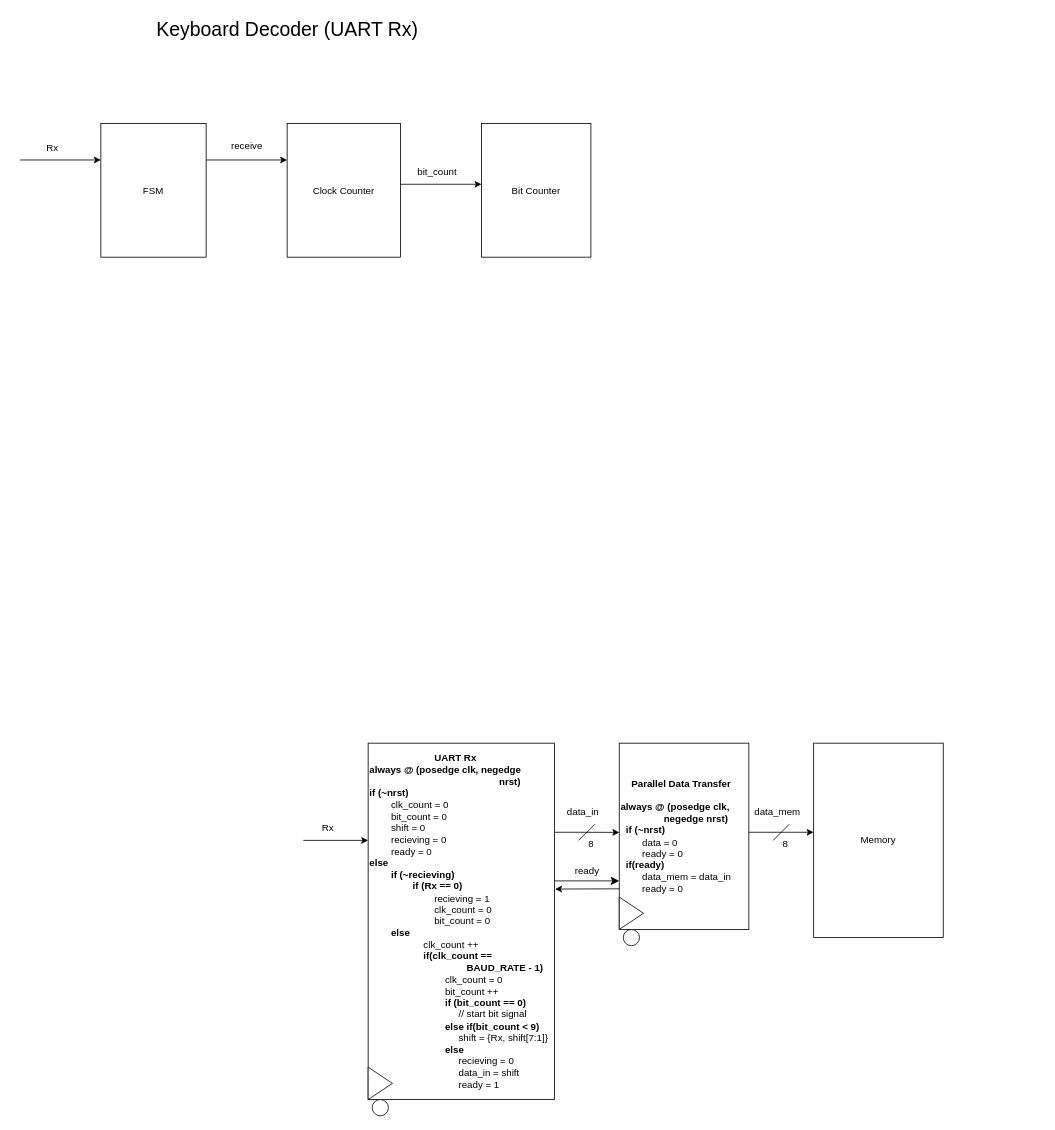
limichael246/STARS_2024 keeps this draw.io diagram as Keyboard_Decoder.drawio. Above is the earlier version. Source tidied: cells renumbered, new cells numbered last; positions are measured from the earlier drawing's top-left corner, leaving out a move shared by most shapes. Both pictures are drawn from the tidied source at 81%, with x=0, y=0 at pixel (19, 14).
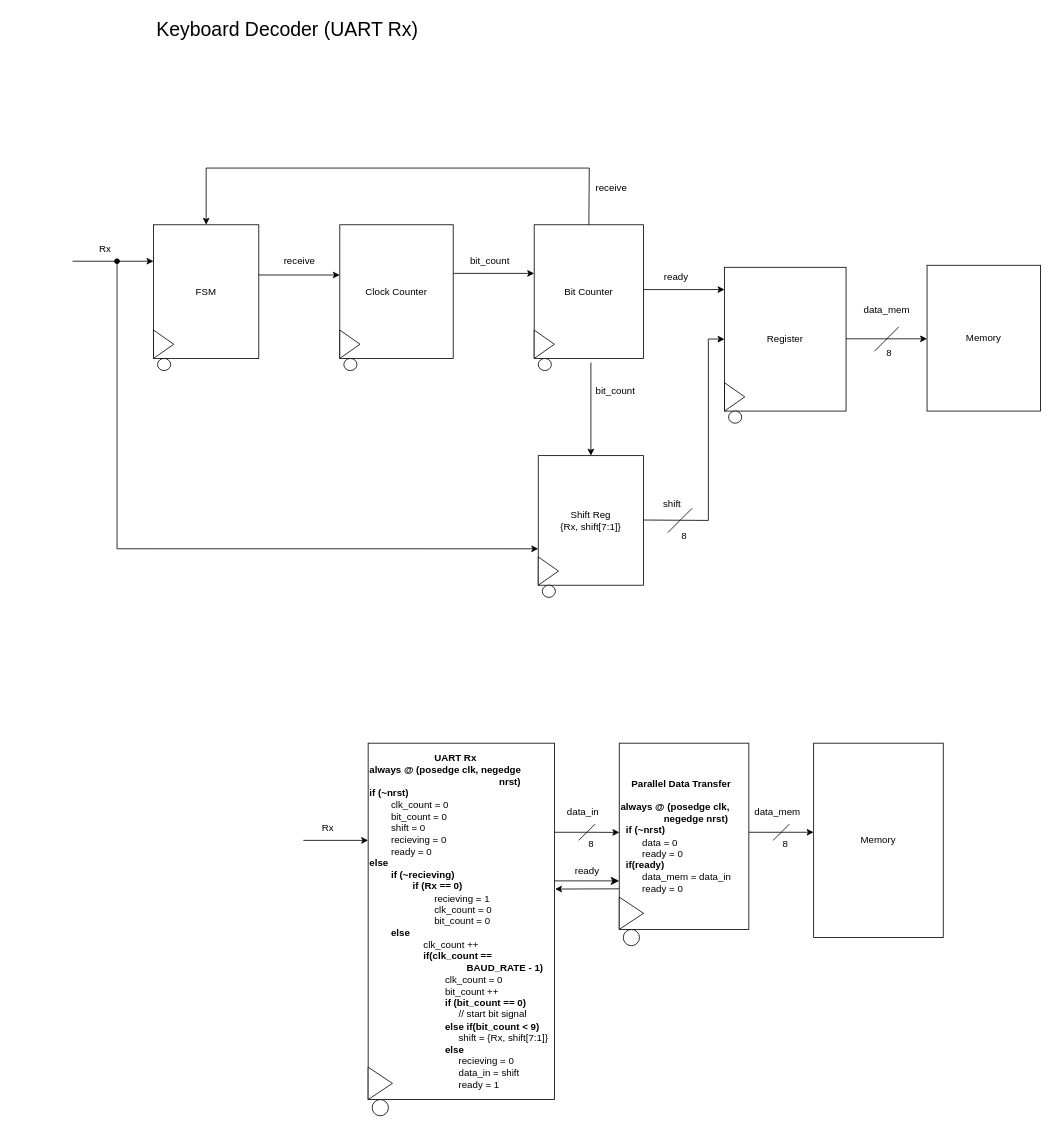
After the change.

The edit, as a diff of the source:
```diff
@@
     <mxCell id="23" style="edgeStyle=none;orthogonalLoop=1;jettySize=auto;html=1;rounded=0;" parent="1" edge="1">
       <mxGeometry relative="1" as="geometry">
-        <mxPoint y="180" as="sourcePoint" />
-        <mxPoint x="100" y="180" as="targetPoint" />
+        <mxPoint x="65" y="305" as="sourcePoint" />
+        <mxPoint x="165" y="305" as="targetPoint" />
       </mxGeometry>
     </mxCell>
     <mxCell id="24" value="Rx" style="text;html=1;align=center;verticalAlign=middle;points=[];strokeColor=none;fillColor=none;" parent="1" vertex="1">
-      <mxGeometry x="20" y="150" width="40" height="30" as="geometry" />
+      <mxGeometry x="85" y="275" width="40" height="30" as="geometry" />
     </mxCell>
     <mxCell id="25" value="FSM" style="whiteSpace=wrap;html=1;" parent="1" vertex="1">
-      <mxGeometry x="100" y="135" width="130" height="165" as="geometry" />
+      <mxGeometry x="165" y="260" width="130" height="165" as="geometry" />
     </mxCell>
     <mxCell id="26" style="edgeStyle=none;orthogonalLoop=1;jettySize=auto;html=1;rounded=0;" parent="1" edge="1">
       <mxGeometry relative="1" as="geometry">
-        <mxPoint x="230" y="180" as="sourcePoint" />
-        <mxPoint x="330" y="180" as="targetPoint" />
+        <mxPoint x="295" y="322" as="sourcePoint" />
+        <mxPoint x="395" y="322" as="targetPoint" />
       </mxGeometry>
     </mxCell>
     <mxCell id="27" value="receive" style="text;html=1;align=center;verticalAlign=middle;strokeColor=none;fillColor=none;" parent="1" vertex="1">
-      <mxGeometry x="250" y="148" width="60" height="30" as="geometry" />
+      <mxGeometry x="315" y="290" width="60" height="30" as="geometry" />
     </mxCell>
     <mxCell id="28" value="Clock Counter" style="whiteSpace=wrap;html=1;" parent="1" vertex="1">
-      <mxGeometry x="330" y="135" width="140" height="165" as="geometry" />
+      <mxGeometry x="395" y="260" width="140" height="165" as="geometry" />
     </mxCell>
     <mxCell id="29" value="Bit Counter" style="whiteSpace=wrap;html=1;" parent="1" vertex="1">
-      <mxGeometry x="570" y="135" width="135" height="165" as="geometry" />
+      <mxGeometry x="635" y="260" width="135" height="165" as="geometry" />
     </mxCell>
     <mxCell id="30" style="edgeStyle=none;orthogonalLoop=1;jettySize=auto;html=1;rounded=0;" parent="1" edge="1">
       <mxGeometry relative="1" as="geometry">
-        <mxPoint x="470" y="210" as="sourcePoint" />
-        <mxPoint x="570" y="210" as="targetPoint" />
+        <mxPoint x="535" y="320" as="sourcePoint" />
+        <mxPoint x="635" y="320" as="targetPoint" />
       </mxGeometry>
     </mxCell>
     <mxCell id="31" value="&lt;div&gt;&lt;span style=&quot;background-color: initial;&quot;&gt;bit_count&lt;/span&gt;&lt;br&gt;&lt;/div&gt;" style="text;html=1;align=center;verticalAlign=middle;strokeColor=none;fillColor=none;" parent="1" vertex="1">
-      <mxGeometry x="480" y="180" width="70" height="30" as="geometry" />
+      <mxGeometry x="545" y="290" width="70" height="30" as="geometry" />
     </mxCell>
+    <mxCell id="32" style="triangle;whiteSpace=wrap;html=1;" parent="1" vertex="1">
+      <mxGeometry x="165" y="390" width="25" height="35" as="geometry" />
+    </mxCell>
+    <mxCell id="33" style="ellipse;whiteSpace=wrap;html=1;" parent="1" vertex="1">
+      <mxGeometry x="170" y="425" width="16.2" height="15" as="geometry" />
+    </mxCell>
+    <mxCell id="34" style="triangle;whiteSpace=wrap;html=1;" parent="1" vertex="1">
+      <mxGeometry x="395" y="390" width="25" height="35" as="geometry" />
+    </mxCell>
+    <mxCell id="35" style="ellipse;whiteSpace=wrap;html=1;" parent="1" vertex="1">
+      <mxGeometry x="400" y="425" width="16.2" height="15" as="geometry" />
+    </mxCell>
+    <mxCell id="36" style="triangle;whiteSpace=wrap;html=1;" parent="1" vertex="1">
+      <mxGeometry x="635" y="390" width="25" height="35" as="geometry" />
+    </mxCell>
+    <mxCell id="37" style="ellipse;whiteSpace=wrap;html=1;" parent="1" vertex="1">
+      <mxGeometry x="640" y="425" width="16.2" height="15" as="geometry" />
+    </mxCell>
+    <mxCell id="38" value="Shift Reg&lt;div&gt;{Rx, shift[7:1]}&lt;/div&gt;" style="whiteSpace=wrap;html=1;" parent="1" vertex="1">
+      <mxGeometry x="640" y="545" width="130" height="160" as="geometry" />
+    </mxCell>
+    <mxCell id="39" style="edgeStyle=none;jettySize=auto;html=1;rounded=0;exitX=0.875;exitY=1;exitDx=0;exitDy=0;exitPerimeter=0;entryX=0;entryY=0.719;entryDx=0;entryDy=0;startArrow=oval;startFill=1;entryPerimeter=0;" parent="1" edge="1" source="24" target="38">
+      <mxGeometry relative="1" as="geometry">
+        <Array as="points">
+          <mxPoint x="120" y="660" />
+        </Array>
+      </mxGeometry>
+    </mxCell>
+    <mxCell id="40" style="triangle;whiteSpace=wrap;html=1;" parent="1" vertex="1">
+      <mxGeometry x="640" y="670" width="25" height="35" as="geometry" />
+    </mxCell>
+    <mxCell id="41" style="ellipse;whiteSpace=wrap;html=1;" parent="1" vertex="1">
+      <mxGeometry x="645" y="705" width="16.2" height="15" as="geometry" />
+    </mxCell>
+    <mxCell id="42" style="edgeStyle=none;jettySize=auto;html=1;rounded=0;entryX=0;entryY=0.5;entryDx=0;entryDy=0;" parent="1" edge="1" target="52">
+      <mxGeometry relative="1" as="geometry">
+        <mxPoint x="770" y="624.5" as="sourcePoint" />
+        <Array as="points">
+          <mxPoint x="850" y="625" />
+          <mxPoint x="850" y="401" />
+        </Array>
+      </mxGeometry>
+    </mxCell>
+    <mxCell id="43" value="shift" style="text;html=1;align=center;verticalAlign=middle;strokeColor=none;fillColor=none;" parent="1" vertex="1">
+      <mxGeometry x="780" y="590" width="50" height="30" as="geometry" />
+    </mxCell>
+    <mxCell id="44" style="edgeStyle=none;jettySize=auto;html=1;rounded=0;entryX=0.5;entryY=0;entryDx=0;entryDy=0;" parent="1" edge="1" target="38">
+      <mxGeometry relative="1" as="geometry">
+        <mxPoint x="705" y="430" as="sourcePoint" />
+      </mxGeometry>
+    </mxCell>
+    <mxCell id="45" value="&lt;div&gt;&lt;span style=&quot;background-color: initial;&quot;&gt;bit_count&lt;/span&gt;&lt;br&gt;&lt;/div&gt;" style="text;html=1;align=center;verticalAlign=middle;strokeColor=none;fillColor=none;" parent="1" vertex="1">
+      <mxGeometry x="700" y="450" width="70" height="30" as="geometry" />
+    </mxCell>
+    <mxCell id="46" style="endArrow=none;html=1;rounded=0;" parent="1" edge="1">
+      <mxGeometry relative="1" as="geometry">
+        <mxPoint x="800" y="640" as="sourcePoint" />
+        <mxPoint x="830" y="610" as="targetPoint" />
+      </mxGeometry>
+    </mxCell>
+    <mxCell id="47" value="8" style="text;html=1;align=center;verticalAlign=middle;strokeColor=none;fillColor=none;" parent="1" vertex="1">
+      <mxGeometry x="805" y="630" width="30" height="30" as="geometry" />
+    </mxCell>
+    <mxCell id="48" style="edgeStyle=none;orthogonalLoop=1;jettySize=auto;html=1;rounded=0;" parent="1" edge="1">
+      <mxGeometry relative="1" as="geometry">
+        <mxPoint x="770" y="340" as="sourcePoint" />
+        <mxPoint x="870" y="340" as="targetPoint" />
+      </mxGeometry>
+    </mxCell>
+    <mxCell id="49" value="ready" style="text;html=1;align=center;verticalAlign=middle;strokeColor=none;fillColor=none;" parent="1" vertex="1">
+      <mxGeometry x="785" y="310" width="50" height="30" as="geometry" />
+    </mxCell>
+    <mxCell id="50" style="edgeStyle=none;jettySize=auto;html=1;rounded=0;exitX=0.5;exitY=0;exitDx=0;exitDy=0;entryX=0.5;entryY=0;entryDx=0;entryDy=0;" parent="1" edge="1" source="29" target="25">
+      <mxGeometry relative="1" as="geometry">
+        <Array as="points">
+          <mxPoint x="703" y="190" />
+          <mxPoint x="230" y="190" />
+        </Array>
+      </mxGeometry>
+    </mxCell>
+    <mxCell id="51" value="receive" style="text;html=1;align=center;verticalAlign=middle;strokeColor=none;fillColor=none;" parent="1" vertex="1">
+      <mxGeometry x="700" y="200" width="60" height="30" as="geometry" />
+    </mxCell>
+    <mxCell id="52" value="Register" style="whiteSpace=wrap;html=1;" parent="1" vertex="1">
+      <mxGeometry x="870" y="312.5" width="150" height="177.5" as="geometry" />
+    </mxCell>
+    <mxCell id="53" style="edgeStyle=none;orthogonalLoop=1;jettySize=auto;html=1;rounded=0;" parent="1" edge="1">
+      <mxGeometry relative="1" as="geometry">
+        <mxPoint x="1020" y="400.8" as="sourcePoint" />
+        <mxPoint x="1120" y="400.8" as="targetPoint" />
+      </mxGeometry>
+    </mxCell>
+    <mxCell id="54" value="data_mem" style="text;html=1;align=center;verticalAlign=middle;strokeColor=none;fillColor=none;" parent="1" vertex="1">
+      <mxGeometry x="1030" y="350" width="80" height="30" as="geometry" />
+    </mxCell>
+    <mxCell id="55" style="endArrow=none;html=1;rounded=0;" parent="1" edge="1">
+      <mxGeometry relative="1" as="geometry">
+        <mxPoint x="1055" y="416.2" as="sourcePoint" />
+        <mxPoint x="1085" y="386.2" as="targetPoint" />
+      </mxGeometry>
+    </mxCell>
+    <mxCell id="56" value="8" style="text;html=1;align=center;verticalAlign=middle;strokeColor=none;fillColor=none;" parent="1" vertex="1">
+      <mxGeometry x="1057.5" y="402.5" width="30" height="30" as="geometry" />
+    </mxCell>
+    <mxCell id="57" value="Memory" style="whiteSpace=wrap;html=1;" parent="1" vertex="1">
+      <mxGeometry x="1120" y="310" width="140" height="180" as="geometry" />
+    </mxCell>
+    <mxCell id="58" style="triangle;whiteSpace=wrap;html=1;" parent="1" vertex="1">
+      <mxGeometry x="870" y="455" width="25" height="35" as="geometry" />
+    </mxCell>
+    <mxCell id="59" style="ellipse;whiteSpace=wrap;html=1;" parent="1" vertex="1">
+      <mxGeometry x="875" y="490" width="16.2" height="15" as="geometry" />
+    </mxCell>
```
